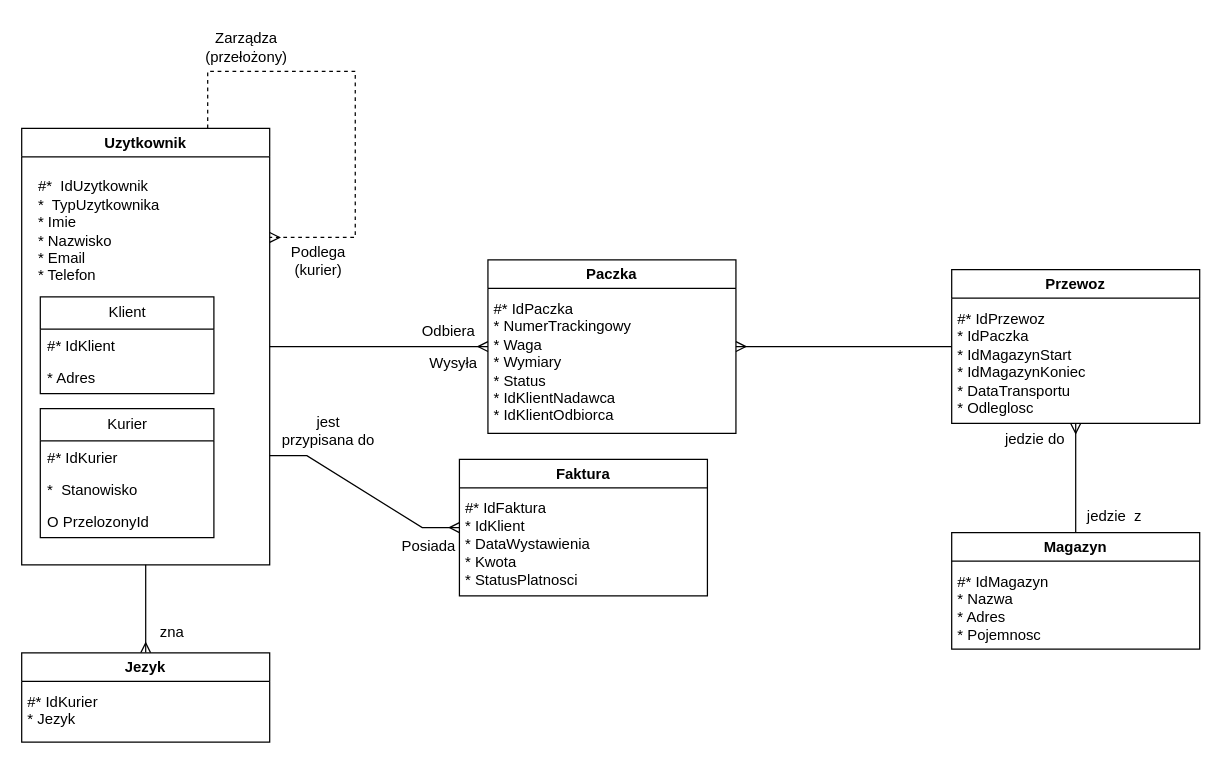
Before: Barker.drawio in Maruda111/P.Bazy, a draw.io diagram. Source tidied: cells renumbered, new cells numbered last; positions are measured from the earlier drawing's top-left corner, leaving out a move shared by most shapes. Both pictures are drawn from the tidied source at 124%, with x=0, y=0 at pixel (21, 21).
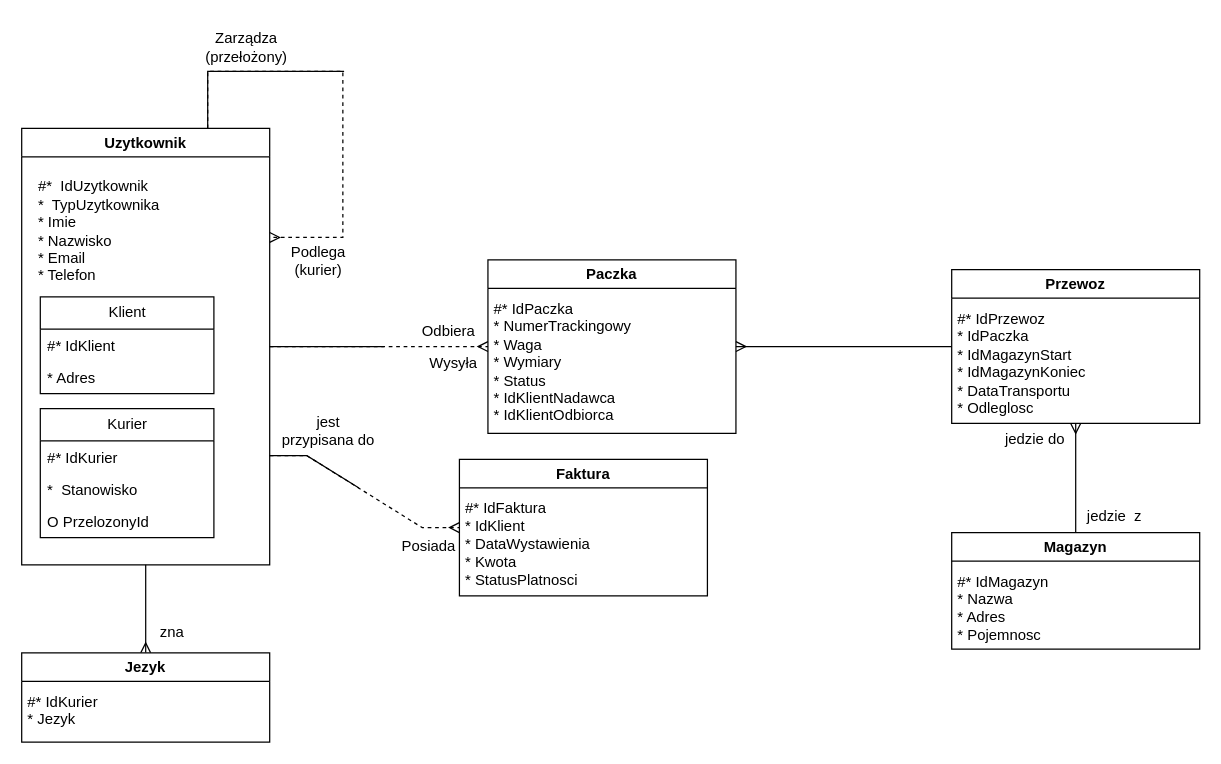
After the change.

Unchanged cells that the change refers to:
```xml
<mxCell id="5" value="Uzytkownik" style="swimlane;fontFamily=Helvetica;fontSize=12;fontColor=default;labelBackgroundColor=default;startSize=23;" parent="1" vertex="1">
  <mxGeometry y="86" width="200" height="352" as="geometry" />
</mxCell>
<mxCell id="14" value="Faktura" style="swimlane;whiteSpace=wrap;html=1;" parent="1" vertex="1">
  <mxGeometry x="353" y="353" width="200" height="110" as="geometry" />
</mxCell>
<mxCell id="19" value="Paczka" style="swimlane;whiteSpace=wrap;html=1;" parent="1" vertex="1">
  <mxGeometry x="376" y="192" width="200" height="140" as="geometry" />
</mxCell>
```

Diff of the diagram source:
```diff
@@
     <mxCell id="2" style="edgeStyle=orthogonalEdgeStyle;rounded=0;orthogonalLoop=1;jettySize=auto;html=1;exitX=0.75;exitY=0;exitDx=0;exitDy=0;entryX=1;entryY=0.25;entryDx=0;entryDy=0;endArrow=ERmany;endFill=0;dashed=1;" parent="1" edge="1" source="5" target="5">
       <mxGeometry relative="1" as="geometry">
         <Array as="points">
           <mxPoint x="150" y="40" />
-          <mxPoint x="269" y="40" />
-          <mxPoint x="269" y="174" />
+          <mxPoint x="259" y="40" />
+          <mxPoint x="259" y="174" />
         </Array>
       </mxGeometry>
     </mxCell>
-    <mxCell id="3" style="edgeStyle=orthogonalEdgeStyle;rounded=0;jettySize=auto;html=1;exitX=1;exitY=0.5;exitDx=0;exitDy=0;entryX=0;entryY=0.5;entryDx=0;entryDy=0;endArrow=ERmany;endFill=0;" parent="1" edge="1" source="5" target="19">
+    <mxCell id="3" style="edgeStyle=orthogonalEdgeStyle;rounded=0;jettySize=auto;html=1;exitX=1;exitY=0.5;exitDx=0;exitDy=0;entryX=0;entryY=0.5;entryDx=0;entryDy=0;endArrow=ERmany;endFill=0;jumpStyle=none;jumpSize=6;dashed=1;" parent="1" edge="1" source="5" target="19">
       <mxGeometry relative="1" as="geometry" />
     </mxCell>
@@
+    <mxCell id="36" style="edgeStyle=orthogonalEdgeStyle;rounded=0;jettySize=auto;html=1;endArrow=none;endFill=0;" parent="1" edge="1" source="5">
+      <mxGeometry relative="1" as="geometry">
+        <mxPoint x="292" y="262" as="targetPoint" />
+      </mxGeometry>
+    </mxCell>
+    <mxCell id="37" style="edgeStyle=orthogonalEdgeStyle;rounded=0;jettySize=auto;html=1;exitX=0.75;exitY=0;exitDx=0;exitDy=0;endArrow=none;endFill=0;" parent="1" edge="1" source="5">
+      <mxGeometry relative="1" as="geometry">
+        <mxPoint x="260" y="40" as="targetPoint" />
+        <Array as="points">
+          <mxPoint x="150" y="40" />
+        </Array>
+      </mxGeometry>
+    </mxCell>
@@
-    <mxCell id="16" style="edgeStyle=entityRelationEdgeStyle;fontSize=12;html=1;endArrow=ERmany;rounded=0;exitX=1;exitY=0.75;exitDx=0;exitDy=0;entryX=0;entryY=0.5;entryDx=0;entryDy=0;" parent="1" edge="1" source="5" target="14">
+    <mxCell id="16" style="edgeStyle=entityRelationEdgeStyle;fontSize=12;html=1;endArrow=ERmany;rounded=0;exitX=1;exitY=0.75;exitDx=0;exitDy=0;entryX=0;entryY=0.5;entryDx=0;entryDy=0;dashed=1;" parent="1" edge="1" source="5" target="14">
       <mxGeometry relative="1" as="geometry" />
     </mxCell>
@@
+    <mxCell id="38" style="endArrow=none;html=1;rounded=0;entryX=0.902;entryY=-0.077;entryDx=0;entryDy=0;entryPerimeter=0;" parent="1" edge="1">
+      <mxGeometry relative="1" as="geometry">
+        <mxPoint x="200" y="350" as="sourcePoint" />
+        <mxPoint x="272" y="376" as="targetPoint" />
+        <Array as="points">
+          <mxPoint x="230" y="350" />
+        </Array>
+      </mxGeometry>
+    </mxCell>
```
